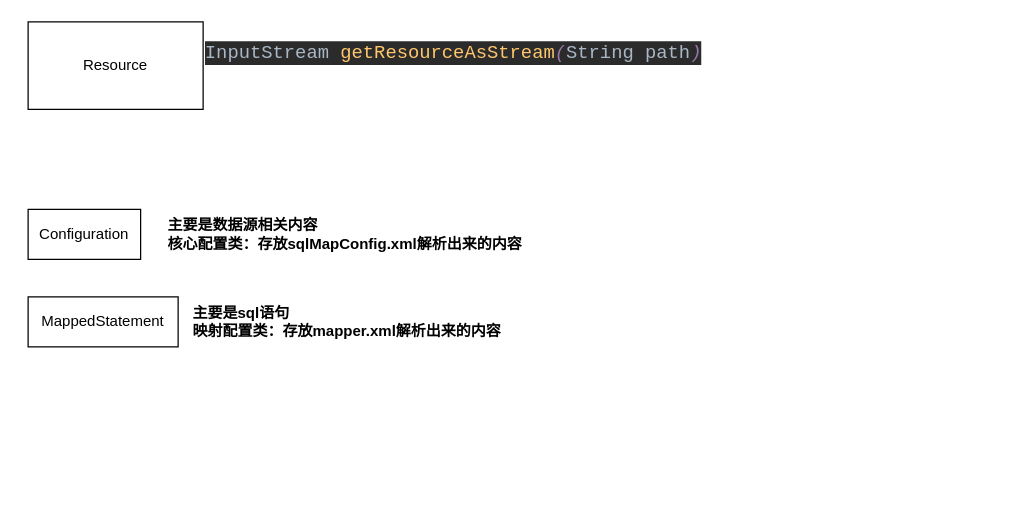
The draw.io diagram 自定义mybatis.drawio in x1126565832/pic, before the edit. Source tidied: cells renumbered, new cells numbered last; positions are measured from the earlier drawing's top-left corner, leaving out a move shared by most shapes. Both pictures are drawn from the tidied source at 125%, with x=0, y=0 at pixel (28, 21).
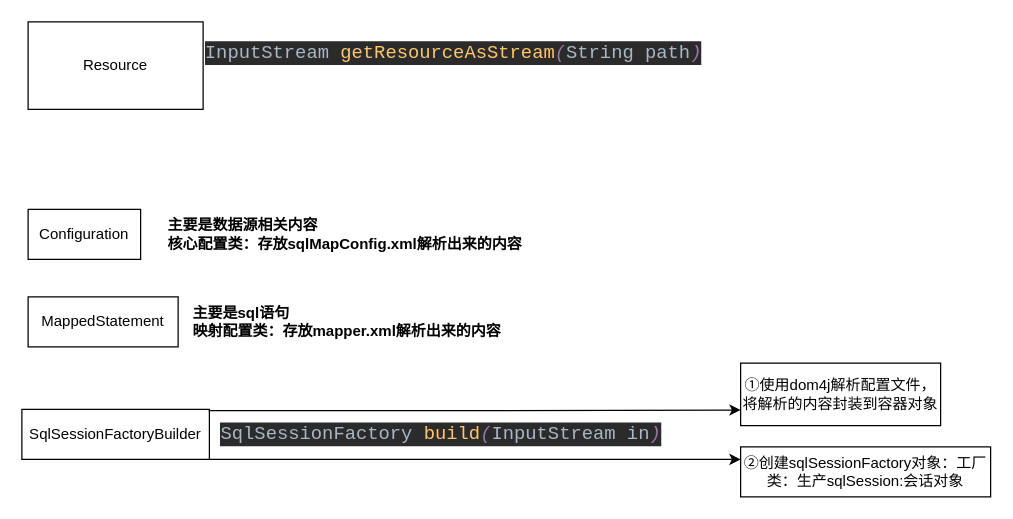
The same diagram, later.

Commit message (it also covers changes not shown here):
更新自定义mybatis.drawio

The edit, as a diff of the source:
```diff
@@
 <mxGraphModel>
   <root>
     <mxCell id="0" />
     <mxCell id="1" parent="0" />
     <mxCell id="2" value="Resource" style="whiteSpace=wrap;html=1;" parent="1" vertex="1">
       <mxGeometry width="140" height="70" as="geometry" />
     </mxCell>
     <mxCell id="3" style="edgeStyle=orthogonalEdgeStyle;rounded=0;orthogonalLoop=1;jettySize=auto;html=1;exitX=0.5;exitY=1;exitDx=0;exitDy=0;" parent="1" edge="1" source="2" target="2">
       <mxGeometry relative="1" as="geometry" />
     </mxCell>
     <mxCell id="4" value="Configuration" style="whiteSpace=wrap;html=1;" parent="1" vertex="1">
       <mxGeometry y="150" width="90" height="40" as="geometry" />
     </mxCell>
     <mxCell id="5" value="MappedStatement" style="whiteSpace=wrap;html=1;" parent="1" vertex="1">
       <mxGeometry y="220" width="120" height="40" as="geometry" />
     </mxCell>
     <mxCell id="6" value="&lt;pre style=&quot;background-color: rgb(43 , 43 , 43) ; color: rgb(169 , 183 , 198) ; font-family: &amp;#34;consolas&amp;#34; , monospace ; font-size: 11.3pt&quot;&gt;InputStream &lt;span style=&quot;color: rgb(255 , 198 , 109)&quot;&gt;getResourceAsStream&lt;/span&gt;&lt;span style=&quot;color: rgb(152 , 118 , 170) ; font-style: italic&quot;&gt;(&lt;/span&gt;String path&lt;span style=&quot;color: rgb(152 , 118 , 170) ; font-style: italic&quot;&gt;)&lt;/span&gt;&lt;/pre&gt;" style="text;html=1;align=center;verticalAlign=middle;strokeColor=none;fillColor=none;" parent="1" vertex="1">
       <mxGeometry x="150" width="380" height="50" as="geometry" />
     </mxCell>
     <mxCell id="7" value="主要是数据源相关内容&lt;br&gt;核心配置类：存放sqlMapConfig.xml解析出来的内容" style="text;html=1;align=left;verticalAlign=middle;strokeColor=none;fillColor=none;fontStyle=1;" parent="1" vertex="1">
       <mxGeometry x="110" y="155" width="300" height="30" as="geometry" />
     </mxCell>
     <mxCell id="8" value="主要是sql语句&lt;br&gt;映射配置类：存放mapper.xml解析出来的内容" style="text;html=1;align=left;verticalAlign=middle;strokeColor=none;fillColor=none;fontStyle=1;" parent="1" vertex="1">
       <mxGeometry x="130" y="225" width="260" height="30" as="geometry" />
     </mxCell>
+    <mxCell id="9" style="edgeStyle=orthogonalEdgeStyle;rounded=0;jettySize=auto;html=1;exitX=1;exitY=1;exitDx=0;exitDy=0;entryX=0;entryY=0.25;entryDx=0;entryDy=0;" parent="1" edge="1" source="10" target="13">
+      <mxGeometry relative="1" as="geometry">
+        <Array as="points">
+          <mxPoint x="280" y="350" />
+          <mxPoint x="280" y="350" />
+        </Array>
+      </mxGeometry>
+    </mxCell>
+    <mxCell id="10" value="SqlSessionFactoryBuilder" style="whiteSpace=wrap;html=1;align=center;" parent="1" vertex="1">
+      <mxGeometry x="-5" y="310" width="150" height="40" as="geometry" />
+    </mxCell>
+    <mxCell id="11" value="&lt;pre style=&quot;background-color: #2b2b2b ; color: #a9b7c6 ; font-family: &amp;#34;consolas&amp;#34; , monospace ; font-size: 11.3pt&quot;&gt;SqlSessionFactory &lt;span style=&quot;color: #ffc66d&quot;&gt;build&lt;/span&gt;&lt;span style=&quot;color: #9876aa ; font-style: italic&quot;&gt;(&lt;/span&gt;InputStream in&lt;span style=&quot;color: #9876aa ; font-style: italic&quot;&gt;)&lt;/span&gt;&lt;/pre&gt;" style="text;html=1;align=center;verticalAlign=middle;strokeColor=none;fillColor=none;" parent="1" vertex="1">
+      <mxGeometry x="160" y="305" width="340" height="50" as="geometry" />
+    </mxCell>
+    <mxCell id="12" value="①使用dom4j解析配置文件，将解析的内容封装到容器对象" style="whiteSpace=wrap;html=1;align=center;" parent="1" vertex="1">
+      <mxGeometry x="570" y="273" width="160" height="50" as="geometry" />
+    </mxCell>
+    <mxCell id="13" value="②创建sqlSessionFactory对象：工厂类：生产sqlSession:会话对象" style="whiteSpace=wrap;html=1;align=center;" parent="1" vertex="1">
+      <mxGeometry x="570" y="340" width="200" height="40" as="geometry" />
+    </mxCell>
+    <mxCell id="14" style="edgeStyle=orthogonalEdgeStyle;rounded=0;jettySize=auto;html=1;exitX=1;exitY=0;exitDx=0;exitDy=0;entryX=0;entryY=0.75;entryDx=0;entryDy=0;" parent="1" edge="1" source="10" target="12">
+      <mxGeometry relative="1" as="geometry">
+        <Array as="points">
+          <mxPoint x="145" y="311" />
+          <mxPoint x="358" y="311" />
+        </Array>
+      </mxGeometry>
+    </mxCell>
   </root>
 </mxGraphModel>
```
